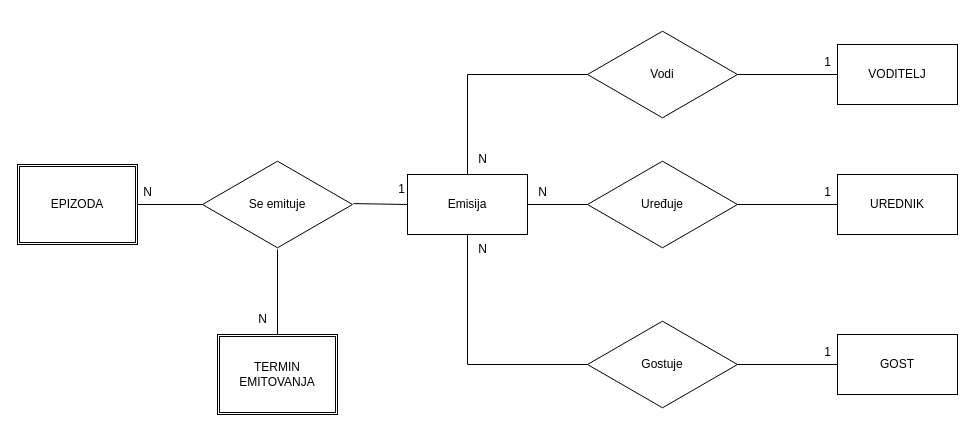
Before: page "Page-2" (2 of 2) of Untitled Diagram.drawio in emina-mahmutbegovic/process-information-systems, a draw.io diagram. Source tidied: cells renumbered, new cells numbered last; positions are measured from the earlier drawing's top-left corner, leaving out a move shared by most shapes. Both pictures are drawn from the tidied source at 100%, with x=0, y=0 at pixel (17, 29).
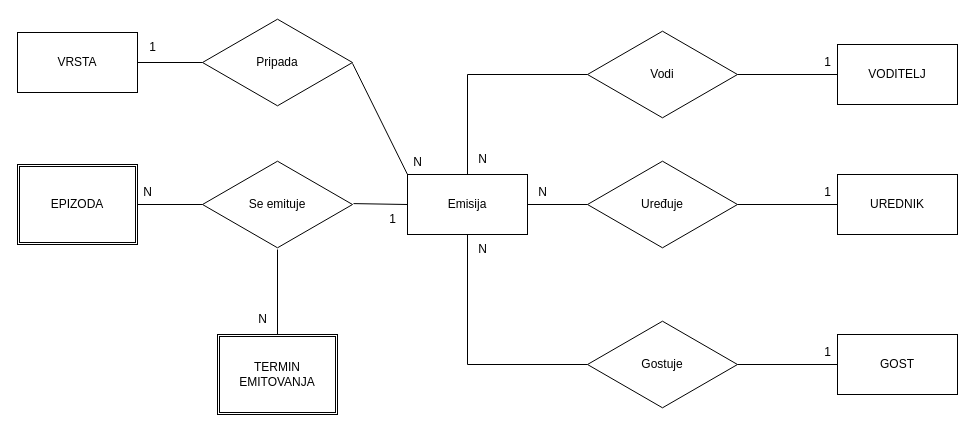
After the change.

The change refers to these unchanged cells:
```xml
<mxCell id="7" value="Emisija" style="rounded=0;whiteSpace=wrap;html=1;" parent="1" vertex="1">
  <mxGeometry x="390" y="145" width="120" height="60" as="geometry" />
</mxCell>
```

Change to the diagram source:
```diff
@@
     <mxCell id="23" value="1" style="text;html=1;align=center;verticalAlign=middle;strokeColor=none;fillColor=none;" parent="1" vertex="1">
-      <mxGeometry x="369" y="145" width="30" height="30" as="geometry" />
+      <mxGeometry x="360" y="175" width="30" height="30" as="geometry" />
     </mxCell>
@@
+    <mxCell id="30" value="VRSTA" style="rounded=0;whiteSpace=wrap;html=1;" parent="1" vertex="1">
+      <mxGeometry y="3" width="120" height="60" as="geometry" />
+    </mxCell>
+    <mxCell id="31" style="edgeStyle=none;rounded=0;jettySize=auto;html=1;exitX=1;exitY=0.51;exitDx=0;exitDy=0;exitPerimeter=0;entryX=0;entryY=0;entryDx=0;entryDy=0;endArrow=none;endFill=0;" parent="1" edge="1" source="33" target="7">
+      <mxGeometry relative="1" as="geometry" />
+    </mxCell>
+    <mxCell id="32" style="edgeStyle=none;rounded=0;jettySize=auto;html=1;exitX=0;exitY=0.5;exitDx=0;exitDy=0;exitPerimeter=0;entryX=1;entryY=0.5;entryDx=0;entryDy=0;endArrow=none;endFill=0;" parent="1" edge="1" source="33" target="30">
+      <mxGeometry relative="1" as="geometry" />
+    </mxCell>
+    <mxCell id="33" value="Pripada" style="html=1;whiteSpace=wrap;shape=isoRectangle;points=[[0,0.5,0,0,0],[1,0.51,0,0,0]];" parent="1" vertex="1">
+      <mxGeometry x="185" y="-12" width="150" height="90" as="geometry" />
+    </mxCell>
+    <mxCell id="34" value="N" style="text;html=1;align=center;verticalAlign=middle;strokeColor=none;fillColor=none;" parent="1" vertex="1">
+      <mxGeometry x="385" y="118" width="30" height="30" as="geometry" />
+    </mxCell>
+    <mxCell id="35" value="1" style="text;html=1;align=center;verticalAlign=middle;strokeColor=none;fillColor=none;" parent="1" vertex="1">
+      <mxGeometry x="120" y="3" width="30" height="30" as="geometry" />
+    </mxCell>
```
